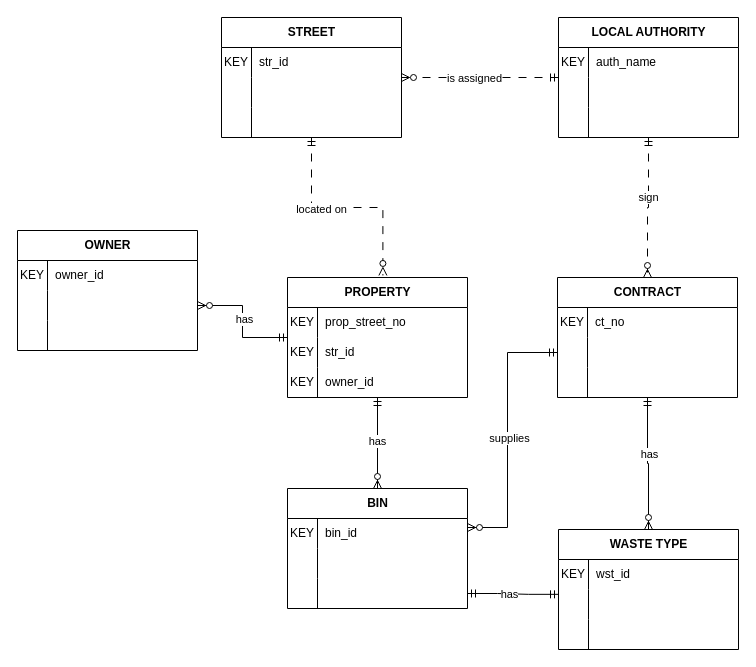
Earlier version of the draw.io diagram page "Relationships" (2 of 3) of Assignments/Ass1/ca_conceptual.drawio (aanv0002/bigrig-movers-sql-database). Source tidied: cells renumbered, new cells numbered last; positions are measured from the earlier drawing's top-left corner, leaving out a move shared by most shapes. Both pictures are drawn from the tidied source at 100%, with x=0, y=0 at pixel (17, 17).
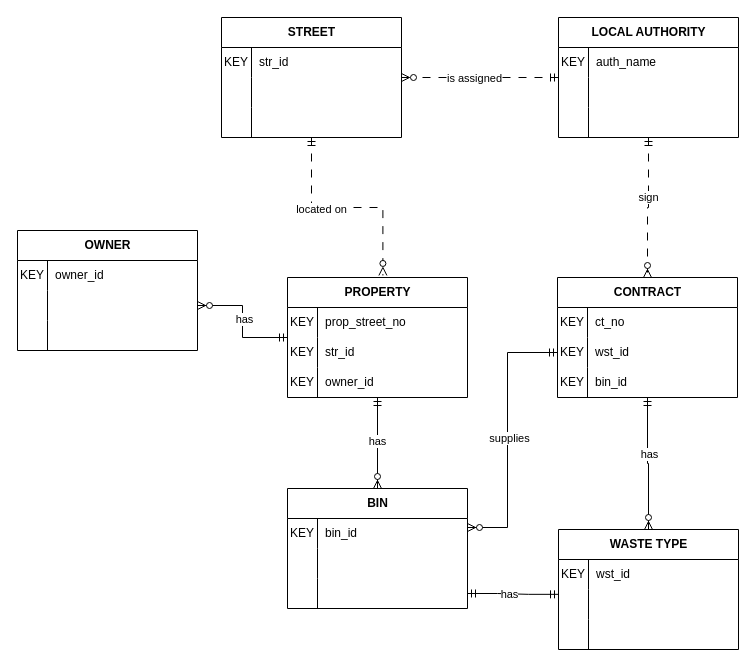
The same page after the edit.

The change refers to these unchanged cells:
```xml
<mxCell id="66" style="shape=tableRow;horizontal=0;startSize=0;swimlaneHead=0;swimlaneBody=0;fillColor=none;points=[[0,0.5],[1,0.5]];portConstraint=eastwest;top=0;left=0;right=0;bottom=0;" parent="62" vertex="1">
  <mxGeometry y="60" width="180" height="30" as="geometry" />
</mxCell>
<mxCell id="69" style="shape=tableRow;horizontal=0;startSize=0;swimlaneHead=0;swimlaneBody=0;fillColor=none;top=0;left=0;right=0;bottom=0;" parent="62" vertex="1">
  <mxGeometry y="90" width="180" height="30" as="geometry" />
</mxCell>
```

The edit, as a diff of the source:
```diff
@@
-    <mxCell id="67" style="shape=partialRectangle;fillColor=none;top=0;left=0;bottom=0;right=0;overflow=hidden;whiteSpace=wrap;html=1;" parent="66" vertex="1">
+    <mxCell id="67" value="KEY" style="shape=partialRectangle;fillColor=none;top=0;left=0;bottom=0;right=0;overflow=hidden;whiteSpace=wrap;html=1;" parent="66" vertex="1">
       <mxGeometry width="30" height="30" as="geometry" />
     </mxCell>
-    <mxCell id="68" style="shape=partialRectangle;fillColor=none;top=0;left=0;bottom=0;right=0;align=left;spacingLeft=6;overflow=hidden;whiteSpace=wrap;html=1;" parent="66" vertex="1">
+    <mxCell id="68" value="wst_id" style="shape=partialRectangle;fillColor=none;top=0;left=0;bottom=0;right=0;align=left;spacingLeft=6;overflow=hidden;whiteSpace=wrap;html=1;" parent="66" vertex="1">
       <mxGeometry x="30" width="150" height="30" as="geometry" />
     </mxCell>
@@
-    <mxCell id="70" style="shape=partialRectangle;fillColor=none;top=0;left=0;bottom=0;right=0;overflow=hidden;whiteSpace=wrap;html=1;" parent="69" vertex="1">
+    <mxCell id="70" value="KEY" style="shape=partialRectangle;fillColor=none;top=0;left=0;bottom=0;right=0;overflow=hidden;whiteSpace=wrap;html=1;" parent="69" vertex="1">
       <mxGeometry width="30" height="30" as="geometry" />
     </mxCell>
-    <mxCell id="71" style="shape=partialRectangle;fillColor=none;top=0;left=0;bottom=0;right=0;align=left;spacingLeft=6;overflow=hidden;whiteSpace=wrap;html=1;" parent="69" vertex="1">
+    <mxCell id="71" value="bin_id" style="shape=partialRectangle;fillColor=none;top=0;left=0;bottom=0;right=0;align=left;spacingLeft=6;overflow=hidden;whiteSpace=wrap;html=1;" parent="69" vertex="1">
       <mxGeometry x="30" width="150" height="30" as="geometry" />
     </mxCell>
```
